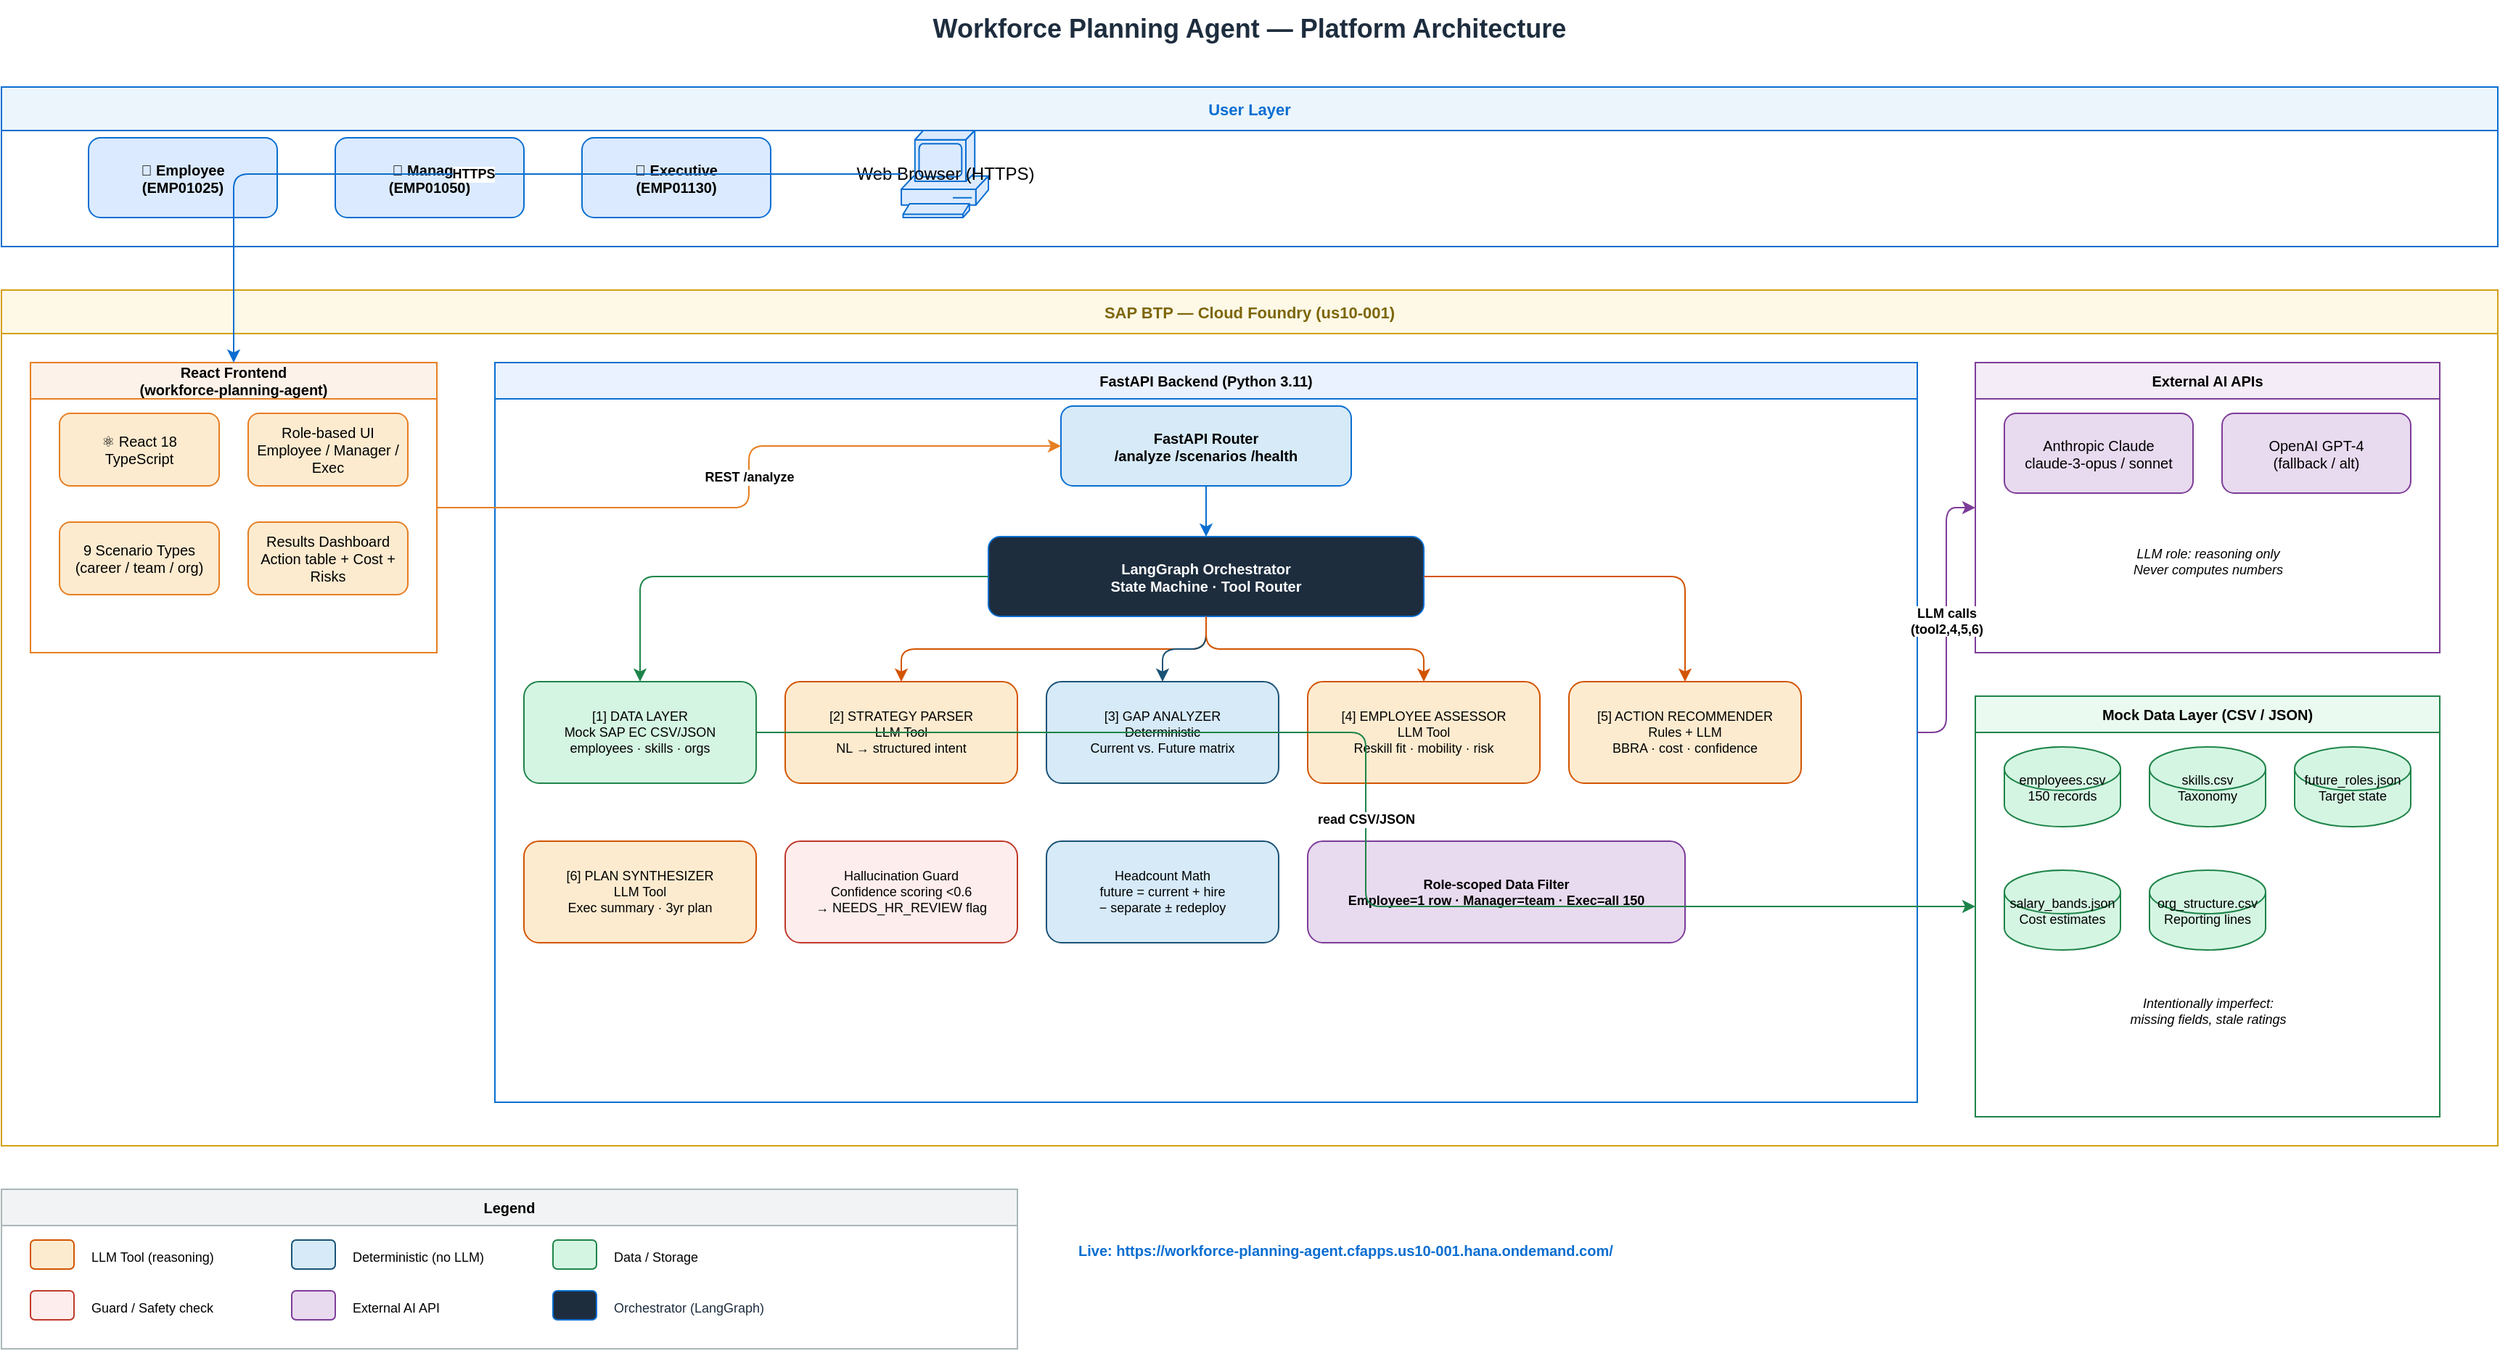
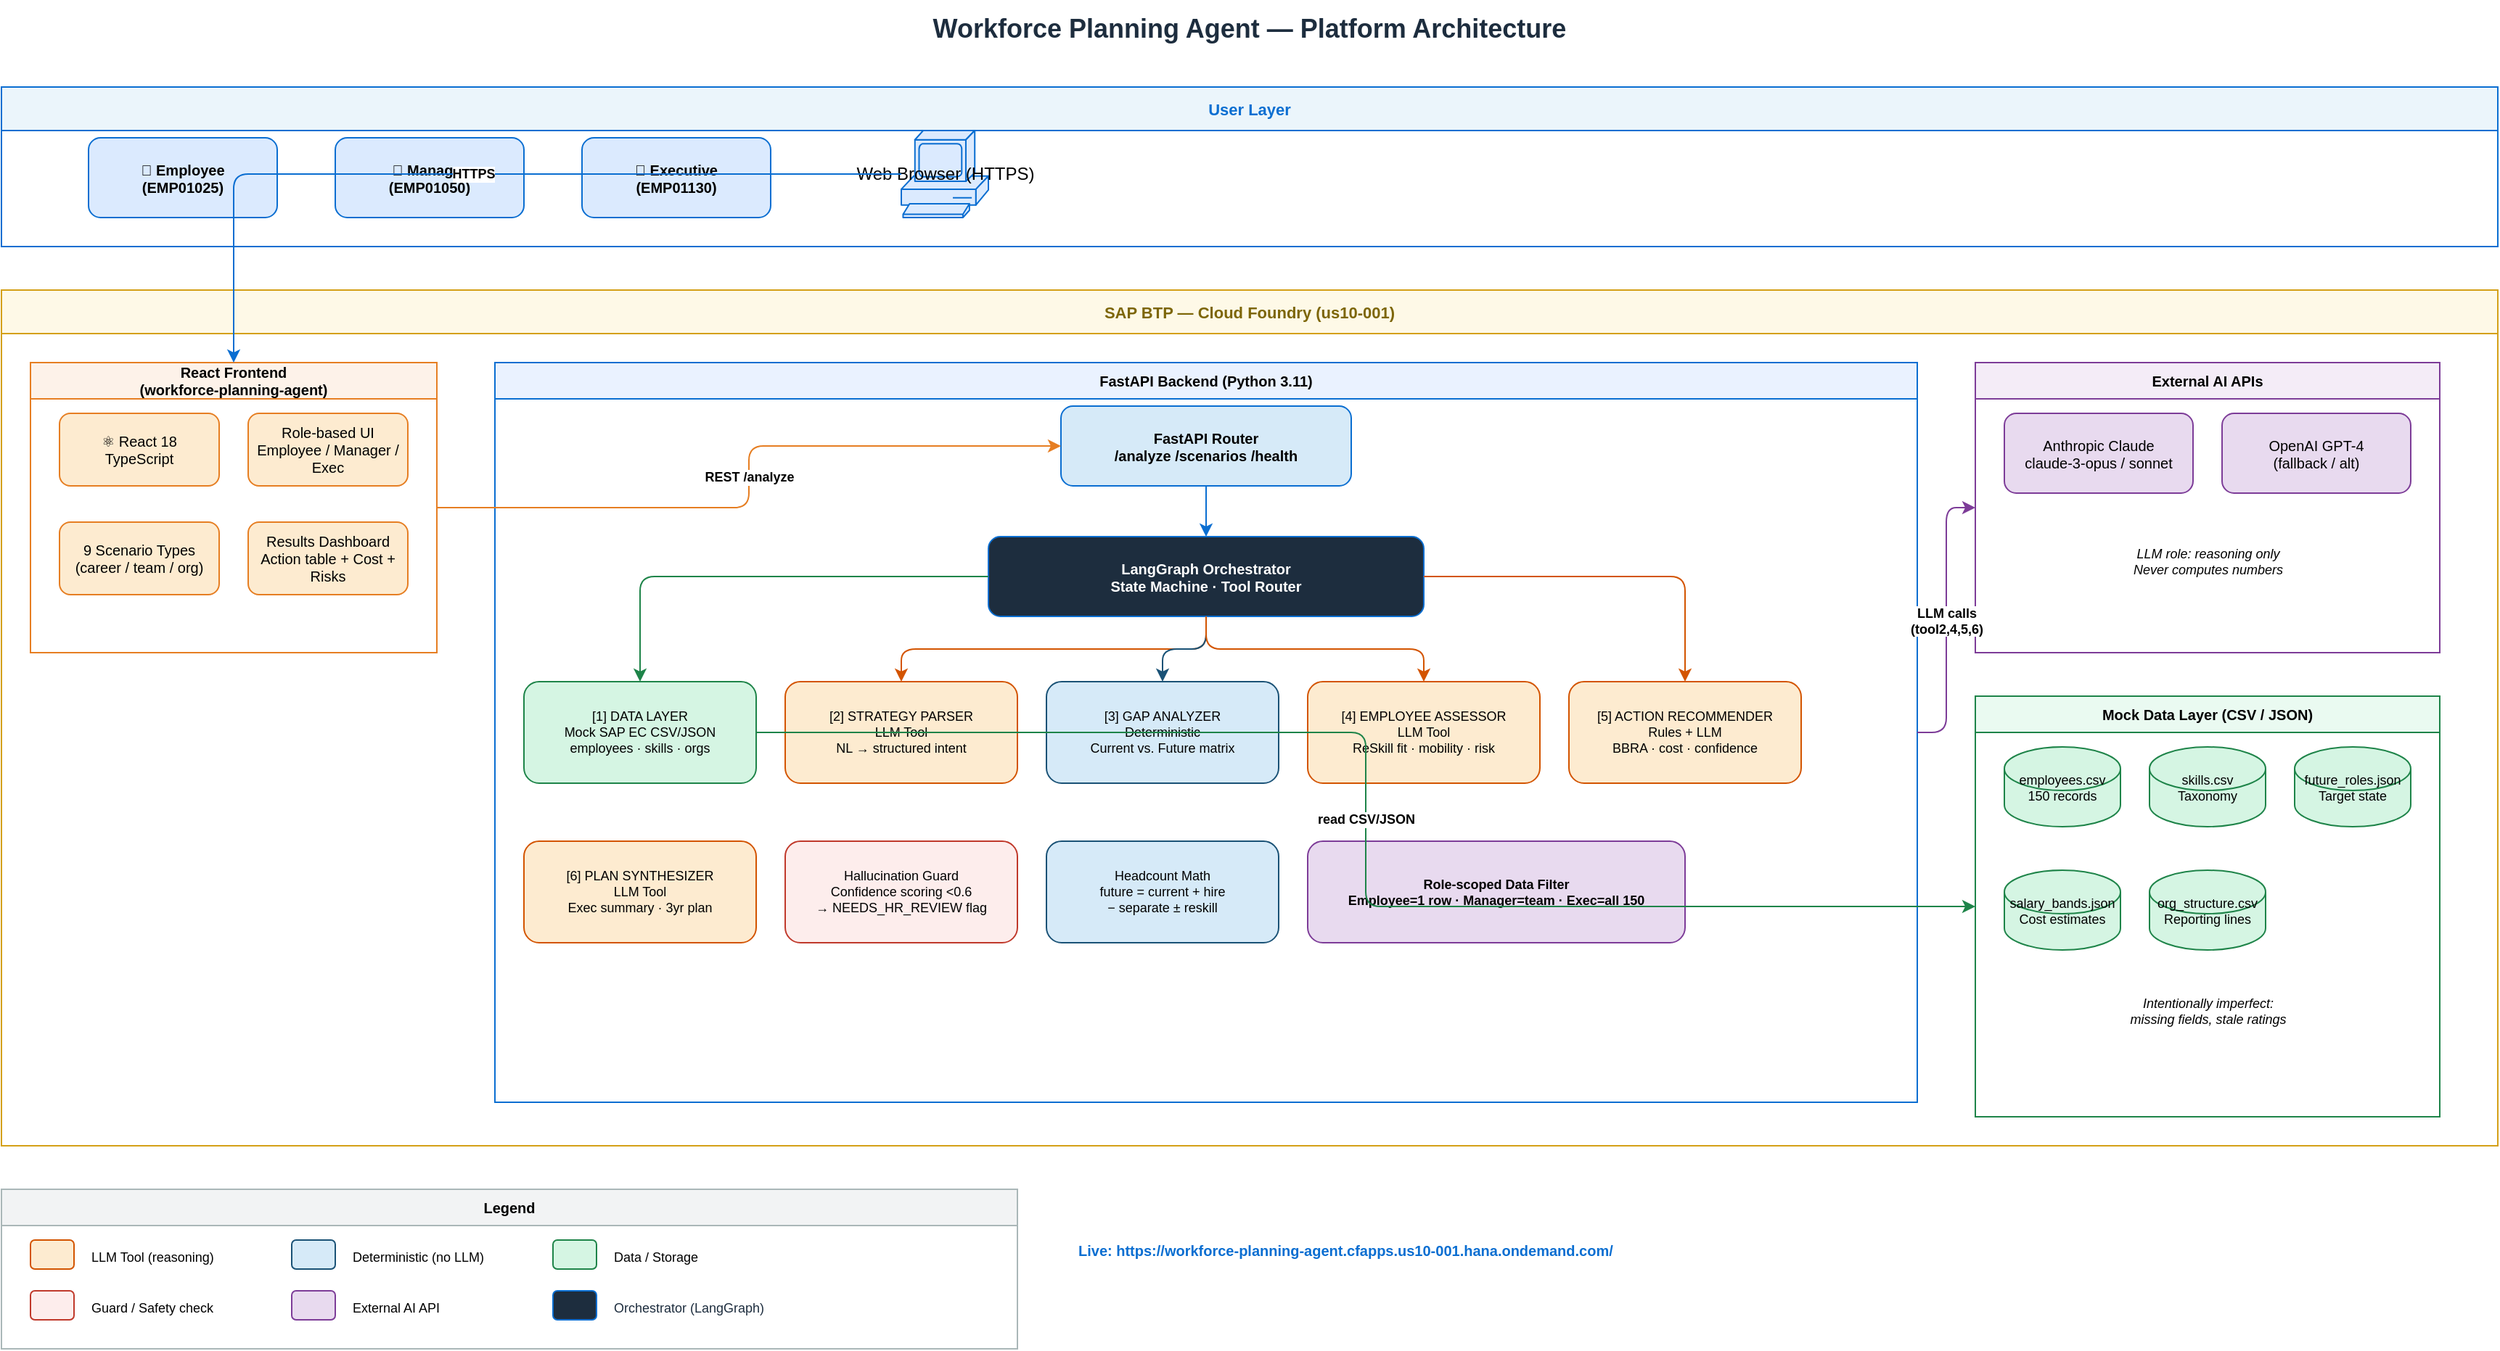
<mxfile host="app.diagrams.net" modified="2026-06-21" agent="WPA Agent" version="24.0.0" type="device">
  <diagram id="wpa-arch-v2" name="WPA Platform Architecture">
    <mxGraphModel dx="1600" dy="1000" grid="1" gridSize="10" guides="1" tooltips="1" connect="1" arrows="1" fold="1" page="1" pageScale="1" pageWidth="1800" pageHeight="1200" math="0" shadow="0">
      <root>
        <mxCell id="0"/>
        <mxCell id="1" parent="0"/>

        <!-- ═══════════════════════════════════════════════════════════ -->
        <!-- TITLE -->
        <!-- ═══════════════════════════════════════════════════════════ -->
        <mxCell id="title" value="Workforce Planning Agent — Platform Architecture" style="text;html=1;strokeColor=none;fillColor=none;align=center;verticalAlign=middle;whiteSpace=wrap;rounded=0;fontSize=18;fontStyle=1;fontColor=#1D2D3E;" vertex="1" parent="1">
          <mxGeometry x="300" y="20" width="1200" height="40" as="geometry"/>
        </mxCell>

        <!-- ═══════════════════════════════════════════════════════════ -->
        <!-- ZONE: USER LAYER -->
        <!-- ═══════════════════════════════════════════════════════════ -->
        <mxCell id="zone-user" value="User Layer" style="swimlane;startSize=30;fillColor=#EBF5FB;strokeColor=#0A6ED1;fontStyle=1;fontSize=11;fontColor=#0A6ED1;horizontal=1;" vertex="1" parent="1">
          <mxGeometry x="40" y="80" width="1720" height="110" as="geometry"/>
        </mxCell>
        <mxCell id="user-employee" value="👤 Employee&#xa;(EMP01025)" style="rounded=1;whiteSpace=wrap;html=1;fillColor=#DBEAFE;strokeColor=#0A6ED1;fontSize=10;fontStyle=1;" vertex="1" parent="zone-user">
          <mxGeometry x="60" y="35" width="130" height="55" as="geometry"/>
        </mxCell>
        <mxCell id="user-manager" value="👥 Manager&#xa;(EMP01050)" style="rounded=1;whiteSpace=wrap;html=1;fillColor=#DBEAFE;strokeColor=#0A6ED1;fontSize=10;fontStyle=1;" vertex="1" parent="zone-user">
          <mxGeometry x="230" y="35" width="130" height="55" as="geometry"/>
        </mxCell>
        <mxCell id="user-executive" value="🏢 Executive&#xa;(EMP01130)" style="rounded=1;whiteSpace=wrap;html=1;fillColor=#DBEAFE;strokeColor=#0A6ED1;fontSize=10;fontStyle=1;" vertex="1" parent="zone-user">
          <mxGeometry x="400" y="35" width="130" height="55" as="geometry"/>
        </mxCell>
        <mxCell id="user-browser" value="Web Browser (HTTPS)" style="shape=mxgraph.cisco.computers_and_peripherals.pc;html=1;pointerEvents=1;dashed=0;fillColor=#DBEAFE;strokeColor=#0A6ED1;sketch=0;aspect=fixed;" vertex="1" parent="zone-user">
          <mxGeometry x="620" y="30" width="60" height="60" as="geometry"/>
        </mxCell>

        <!-- ═══════════════════════════════════════════════════════════ -->
        <!-- ZONE: SAP BTP CLOUD FOUNDRY -->
        <!-- ═══════════════════════════════════════════════════════════ -->
        <mxCell id="zone-btp" value="SAP BTP — Cloud Foundry (us10-001)" style="swimlane;startSize=30;fillColor=#FEF9E7;strokeColor=#D4A017;fontStyle=1;fontSize=11;fontColor=#7D6608;horizontal=1;" vertex="1" parent="1">
          <mxGeometry x="40" y="220" width="1720" height="590" as="geometry"/>
        </mxCell>

        <!-- Frontend App -->
        <mxCell id="fe-container" value="React Frontend&#xa;(workforce-planning-agent)" style="swimlane;startSize=25;fillColor=#FDF2E9;strokeColor=#E67E22;fontSize=10;fontStyle=1;" vertex="1" parent="zone-btp">
          <mxGeometry x="20" y="50" width="280" height="200" as="geometry"/>
        </mxCell>
        <mxCell id="fe-react" value="⚛ React 18&#xa;TypeScript" style="rounded=1;whiteSpace=wrap;html=1;fillColor=#FDEBD0;strokeColor=#E67E22;fontSize=10;" vertex="1" parent="fe-container">
          <mxGeometry x="20" y="35" width="110" height="50" as="geometry"/>
        </mxCell>
        <mxCell id="fe-role" value="Role-based UI&#xa;Employee / Manager / Exec" style="rounded=1;whiteSpace=wrap;html=1;fillColor=#FDEBD0;strokeColor=#E67E22;fontSize=10;" vertex="1" parent="fe-container">
          <mxGeometry x="150" y="35" width="110" height="50" as="geometry"/>
        </mxCell>
        <mxCell id="fe-scenarios" value="9 Scenario Types&#xa;(career / team / org)" style="rounded=1;whiteSpace=wrap;html=1;fillColor=#FDEBD0;strokeColor=#E67E22;fontSize=10;" vertex="1" parent="fe-container">
          <mxGeometry x="20" y="110" width="110" height="50" as="geometry"/>
        </mxCell>
        <mxCell id="fe-viz" value="Results Dashboard&#xa;Action table + Cost + Risks" style="rounded=1;whiteSpace=wrap;html=1;fillColor=#FDEBD0;strokeColor=#E67E22;fontSize=10;" vertex="1" parent="fe-container">
          <mxGeometry x="150" y="110" width="110" height="50" as="geometry"/>
        </mxCell>

        <!-- Backend App -->
        <mxCell id="be-container" value="FastAPI Backend (Python 3.11)" style="swimlane;startSize=25;fillColor=#EAF2FF;strokeColor=#0A6ED1;fontSize=10;fontStyle=1;" vertex="1" parent="zone-btp">
          <mxGeometry x="340" y="50" width="980" height="510" as="geometry"/>
        </mxCell>

        <!-- API Gateway row -->
        <mxCell id="be-api" value="FastAPI Router&#xa;/analyze  /scenarios  /health" style="rounded=1;whiteSpace=wrap;html=1;fillColor=#D6EAF8;strokeColor=#0A6ED1;fontSize=10;fontStyle=1;" vertex="1" parent="be-container">
          <mxGeometry x="390" y="30" width="200" height="55" as="geometry"/>
        </mxCell>

        <!-- LangGraph Orchestrator -->
        <mxCell id="be-orchestrator" value="LangGraph Orchestrator&#xa;State Machine · Tool Router" style="rounded=1;whiteSpace=wrap;html=1;fillColor=#1D2D3E;strokeColor=#0A6ED1;fontSize=10;fontStyle=1;fontColor=#FFFFFF;" vertex="1" parent="be-container">
          <mxGeometry x="340" y="120" width="300" height="55" as="geometry"/>
        </mxCell>

        <!-- 6 Agent Tools -->
        <mxCell id="tool1" value="[1] DATA LAYER&#xa;Mock SAP EC CSV/JSON&#xa;employees · skills · orgs" style="rounded=1;whiteSpace=wrap;html=1;fillColor=#D5F5E3;strokeColor=#1E8449;fontSize=9;" vertex="1" parent="be-container">
          <mxGeometry x="20" y="220" width="160" height="70" as="geometry"/>
        </mxCell>
        <mxCell id="tool2" value="[2] STRATEGY PARSER&#xa;LLM Tool&#xa;NL → structured intent" style="rounded=1;whiteSpace=wrap;html=1;fillColor=#FDEBD0;strokeColor=#D35400;fontSize=9;" vertex="1" parent="be-container">
          <mxGeometry x="200" y="220" width="160" height="70" as="geometry"/>
        </mxCell>
        <mxCell id="tool3" value="[3] GAP ANALYZER&#xa;Deterministic&#xa;Current vs. Future matrix" style="rounded=1;whiteSpace=wrap;html=1;fillColor=#D6EAF8;strokeColor=#1A5276;fontSize=9;" vertex="1" parent="be-container">
          <mxGeometry x="380" y="220" width="160" height="70" as="geometry"/>
        </mxCell>
-         <mxCell id="tool4" value="[4] EMPLOYEE ASSESSOR&#xa;LLM Tool&#xa;Reskill fit · mobility · risk" style="rounded=1;whiteSpace=wrap;html=1;fillColor=#FDEBD0;strokeColor=#D35400;fontSize=9;" vertex="1" parent="be-container">
+         <mxCell id="tool4" value="[4] EMPLOYEE ASSESSOR&#xa;LLM Tool&#xa;ReSkill fit · mobility · risk" style="rounded=1;whiteSpace=wrap;html=1;fillColor=#FDEBD0;strokeColor=#D35400;fontSize=9;" vertex="1" parent="be-container">
          <mxGeometry x="560" y="220" width="160" height="70" as="geometry"/>
        </mxCell>
        <mxCell id="tool5" value="[5] ACTION RECOMMENDER&#xa;Rules + LLM&#xa;BBRA · cost · confidence" style="rounded=1;whiteSpace=wrap;html=1;fillColor=#FDEBD0;strokeColor=#D35400;fontSize=9;" vertex="1" parent="be-container">
          <mxGeometry x="740" y="220" width="160" height="70" as="geometry"/>
        </mxCell>
        <mxCell id="tool6" value="[6] PLAN SYNTHESIZER&#xa;LLM Tool&#xa;Exec summary · 3yr plan" style="rounded=1;whiteSpace=wrap;html=1;fillColor=#FDEBD0;strokeColor=#D35400;fontSize=9;" vertex="1" parent="be-container">
          <mxGeometry x="20" y="330" width="160" height="70" as="geometry"/>
        </mxCell>
        <mxCell id="tool-guard" value="Hallucination Guard&#xa;Confidence scoring &lt;0.6&#xa;→ NEEDS_HR_REVIEW flag" style="rounded=1;whiteSpace=wrap;html=1;fillColor=#FDEDEC;strokeColor=#C0392B;fontSize=9;" vertex="1" parent="be-container">
          <mxGeometry x="200" y="330" width="160" height="70" as="geometry"/>
        </mxCell>
-         <mxCell id="tool-hc" value="Headcount Math&#xa;future = current + hire&#xa;− separate ± redeploy" style="rounded=1;whiteSpace=wrap;html=1;fillColor=#D6EAF8;strokeColor=#1A5276;fontSize=9;" vertex="1" parent="be-container">
+         <mxCell id="tool-hc" value="Headcount Math&#xa;future = current + hire&#xa;− separate ± reskill" style="rounded=1;whiteSpace=wrap;html=1;fillColor=#D6EAF8;strokeColor=#1A5276;fontSize=9;" vertex="1" parent="be-container">
          <mxGeometry x="380" y="330" width="160" height="70" as="geometry"/>
        </mxCell>

        <!-- Data scope filter -->
        <mxCell id="be-scope" value="Role-scoped Data Filter&#xa;Employee=1 row · Manager=team · Exec=all 150" style="rounded=1;whiteSpace=wrap;html=1;fillColor=#E8DAEF;strokeColor=#7D3C98;fontSize=9;fontStyle=1;" vertex="1" parent="be-container">
          <mxGeometry x="560" y="330" width="260" height="70" as="geometry"/>
        </mxCell>

        <!-- Arrows inside backend -->
        <mxCell id="arr-api-orch" style="edgeStyle=orthogonalEdgeStyle;html=1;strokeColor=#0A6ED1;exitX=0.5;exitY=1;exitDx=0;exitDy=0;" edge="1" source="be-api" target="be-orchestrator" parent="be-container">
          <mxGeometry relative="1" as="geometry"/>
        </mxCell>
        <mxCell id="arr-orch-t1" style="edgeStyle=orthogonalEdgeStyle;html=1;strokeColor=#1E8449;" edge="1" source="be-orchestrator" target="tool1" parent="be-container">
          <mxGeometry relative="1" as="geometry"/>
        </mxCell>
        <mxCell id="arr-orch-t2" style="edgeStyle=orthogonalEdgeStyle;html=1;strokeColor=#D35400;" edge="1" source="be-orchestrator" target="tool2" parent="be-container">
          <mxGeometry relative="1" as="geometry"/>
        </mxCell>
        <mxCell id="arr-orch-t3" style="edgeStyle=orthogonalEdgeStyle;html=1;strokeColor=#1A5276;" edge="1" source="be-orchestrator" target="tool3" parent="be-container">
          <mxGeometry relative="1" as="geometry"/>
        </mxCell>
        <mxCell id="arr-orch-t4" style="edgeStyle=orthogonalEdgeStyle;html=1;strokeColor=#D35400;" edge="1" source="be-orchestrator" target="tool4" parent="be-container">
          <mxGeometry relative="1" as="geometry"/>
        </mxCell>
        <mxCell id="arr-orch-t5" style="edgeStyle=orthogonalEdgeStyle;html=1;strokeColor=#D35400;" edge="1" source="be-orchestrator" target="tool5" parent="be-container">
          <mxGeometry relative="1" as="geometry"/>
        </mxCell>

        <!-- External AI zone inside BTP zone -->
        <mxCell id="zone-ai" value="External AI APIs" style="swimlane;startSize=25;fillColor=#F4ECF7;strokeColor=#7D3C98;fontSize=10;fontStyle=1;" vertex="1" parent="zone-btp">
          <mxGeometry x="1360" y="50" width="320" height="200" as="geometry"/>
        </mxCell>
        <mxCell id="ai-anthropic" value="Anthropic Claude&#xa;claude-3-opus / sonnet" style="rounded=1;whiteSpace=wrap;html=1;fillColor=#E8DAEF;strokeColor=#7D3C98;fontSize=10;" vertex="1" parent="zone-ai">
          <mxGeometry x="20" y="35" width="130" height="55" as="geometry"/>
        </mxCell>
        <mxCell id="ai-openai" value="OpenAI GPT-4&#xa;(fallback / alt)" style="rounded=1;whiteSpace=wrap;html=1;fillColor=#E8DAEF;strokeColor=#7D3C98;fontSize=10;" vertex="1" parent="zone-ai">
          <mxGeometry x="170" y="35" width="130" height="55" as="geometry"/>
        </mxCell>
        <mxCell id="ai-note" value="LLM role: reasoning only&#xa;Never computes numbers" style="text;html=1;strokeColor=none;fillColor=none;align=center;fontSize=9;fontStyle=2;" vertex="1" parent="zone-ai">
          <mxGeometry x="20" y="120" width="280" height="40" as="geometry"/>
        </mxCell>

        <!-- Data Layer zone inside BTP -->
        <mxCell id="zone-data" value="Mock Data Layer (CSV / JSON)" style="swimlane;startSize=25;fillColor=#EAFAF1;strokeColor=#1E8449;fontSize=10;fontStyle=1;" vertex="1" parent="zone-btp">
          <mxGeometry x="1360" y="280" width="320" height="290" as="geometry"/>
        </mxCell>
        <mxCell id="data-emp" value="employees.csv&#xa;150 records" style="shape=cylinder3;whiteSpace=wrap;html=1;fillColor=#D5F5E3;strokeColor=#1E8449;fontSize=9;" vertex="1" parent="zone-data">
          <mxGeometry x="20" y="35" width="80" height="55" as="geometry"/>
        </mxCell>
        <mxCell id="data-skills" value="skills.csv&#xa;Taxonomy" style="shape=cylinder3;whiteSpace=wrap;html=1;fillColor=#D5F5E3;strokeColor=#1E8449;fontSize=9;" vertex="1" parent="zone-data">
          <mxGeometry x="120" y="35" width="80" height="55" as="geometry"/>
        </mxCell>
        <mxCell id="data-roles" value="future_roles.json&#xa;Target state" style="shape=cylinder3;whiteSpace=wrap;html=1;fillColor=#D5F5E3;strokeColor=#1E8449;fontSize=9;" vertex="1" parent="zone-data">
          <mxGeometry x="220" y="35" width="80" height="55" as="geometry"/>
        </mxCell>
        <mxCell id="data-salary" value="salary_bands.json&#xa;Cost estimates" style="shape=cylinder3;whiteSpace=wrap;html=1;fillColor=#D5F5E3;strokeColor=#1E8449;fontSize=9;" vertex="1" parent="zone-data">
          <mxGeometry x="20" y="120" width="80" height="55" as="geometry"/>
        </mxCell>
        <mxCell id="data-org" value="org_structure.csv&#xa;Reporting lines" style="shape=cylinder3;whiteSpace=wrap;html=1;fillColor=#D5F5E3;strokeColor=#1E8449;fontSize=9;" vertex="1" parent="zone-data">
          <mxGeometry x="120" y="120" width="80" height="55" as="geometry"/>
        </mxCell>
        <mxCell id="data-note" value="Intentionally imperfect:&#xa;missing fields, stale ratings" style="text;html=1;strokeColor=none;fillColor=none;align=center;fontSize=9;fontStyle=2;" vertex="1" parent="zone-data">
          <mxGeometry x="20" y="200" width="280" height="40" as="geometry"/>
        </mxCell>

        <!-- ═══════════════════════════════════════════════════════════ -->
        <!-- CROSS-ZONE ARROWS -->
        <!-- ═══════════════════════════════════════════════════════════ -->

        <!-- User → Frontend (HTTPS) -->
        <mxCell id="arr-user-fe" value="HTTPS" style="edgeStyle=orthogonalEdgeStyle;html=1;strokeColor=#0A6ED1;fontStyle=1;fontSize=9;" edge="1" source="user-browser" target="fe-container" parent="1">
          <mxGeometry relative="1" as="geometry"/>
        </mxCell>

        <!-- Frontend → Backend (REST API) -->
        <mxCell id="arr-fe-be" value="REST /analyze" style="edgeStyle=orthogonalEdgeStyle;html=1;strokeColor=#E67E22;fontStyle=1;fontSize=9;" edge="1" source="fe-container" target="be-api" parent="1">
          <mxGeometry relative="1" as="geometry"/>
        </mxCell>

        <!-- Backend Tools → AI APIs -->
        <mxCell id="arr-be-ai" value="LLM calls&#xa;(tool2,4,5,6)" style="edgeStyle=orthogonalEdgeStyle;html=1;strokeColor=#7D3C98;fontStyle=1;fontSize=9;" edge="1" source="be-container" target="zone-ai" parent="zone-btp">
          <mxGeometry relative="1" as="geometry"/>
        </mxCell>

        <!-- Backend Tools → Data Layer -->
        <mxCell id="arr-be-data" value="read CSV/JSON" style="edgeStyle=orthogonalEdgeStyle;html=1;strokeColor=#1E8449;fontStyle=1;fontSize=9;" edge="1" source="tool1" target="zone-data" parent="zone-btp">
          <mxGeometry relative="1" as="geometry"/>
        </mxCell>

        <!-- ═══════════════════════════════════════════════════════════ -->
        <!-- LEGEND -->
        <!-- ═══════════════════════════════════════════════════════════ -->
        <mxCell id="legend" value="Legend" style="swimlane;startSize=25;fillColor=#F2F3F4;strokeColor=#AAB7B8;fontSize=10;fontStyle=1;" vertex="1" parent="1">
          <mxGeometry x="40" y="840" width="700" height="110" as="geometry"/>
        </mxCell>
        <mxCell id="leg1" value="" style="rounded=1;fillColor=#FDEBD0;strokeColor=#D35400;" vertex="1" parent="legend">
          <mxGeometry x="20" y="35" width="30" height="20" as="geometry"/>
        </mxCell>
        <mxCell id="leg1-txt" value="LLM Tool (reasoning)" style="text;html=1;fontSize=9;" vertex="1" parent="legend">
          <mxGeometry x="60" y="35" width="130" height="20" as="geometry"/>
        </mxCell>
        <mxCell id="leg2" value="" style="rounded=1;fillColor=#D6EAF8;strokeColor=#1A5276;" vertex="1" parent="legend">
          <mxGeometry x="200" y="35" width="30" height="20" as="geometry"/>
        </mxCell>
        <mxCell id="leg2-txt" value="Deterministic (no LLM)" style="text;html=1;fontSize=9;" vertex="1" parent="legend">
          <mxGeometry x="240" y="35" width="130" height="20" as="geometry"/>
        </mxCell>
        <mxCell id="leg3" value="" style="rounded=1;fillColor=#D5F5E3;strokeColor=#1E8449;" vertex="1" parent="legend">
          <mxGeometry x="380" y="35" width="30" height="20" as="geometry"/>
        </mxCell>
        <mxCell id="leg3-txt" value="Data / Storage" style="text;html=1;fontSize=9;" vertex="1" parent="legend">
          <mxGeometry x="420" y="35" width="130" height="20" as="geometry"/>
        </mxCell>
        <mxCell id="leg4" value="" style="rounded=1;fillColor=#FDEDEC;strokeColor=#C0392B;" vertex="1" parent="legend">
          <mxGeometry x="20" y="70" width="30" height="20" as="geometry"/>
        </mxCell>
        <mxCell id="leg4-txt" value="Guard / Safety check" style="text;html=1;fontSize=9;" vertex="1" parent="legend">
          <mxGeometry x="60" y="70" width="130" height="20" as="geometry"/>
        </mxCell>
        <mxCell id="leg5" value="" style="rounded=1;fillColor=#E8DAEF;strokeColor=#7D3C98;" vertex="1" parent="legend">
          <mxGeometry x="200" y="70" width="30" height="20" as="geometry"/>
        </mxCell>
        <mxCell id="leg5-txt" value="External AI API" style="text;html=1;fontSize=9;" vertex="1" parent="legend">
          <mxGeometry x="240" y="70" width="130" height="20" as="geometry"/>
        </mxCell>
        <mxCell id="leg6" value="" style="rounded=1;fillColor=#1D2D3E;strokeColor=#0A6ED1;" vertex="1" parent="legend">
          <mxGeometry x="380" y="70" width="30" height="20" as="geometry"/>
        </mxCell>
        <mxCell id="leg6-txt" value="Orchestrator (LangGraph)" style="text;html=1;fontSize=9;fontColor=#1D2D3E;" vertex="1" parent="legend">
          <mxGeometry x="420" y="70" width="150" height="20" as="geometry"/>
        </mxCell>

        <!-- BTP URL label -->
        <mxCell id="btp-url" value="Live: https://workforce-planning-agent.cfapps.us10-001.hana.ondemand.com/" style="text;html=1;strokeColor=none;fillColor=none;align=left;fontSize=10;fontStyle=1;fontColor=#0A6ED1;" vertex="1" parent="1">
          <mxGeometry x="780" y="870" width="700" height="30" as="geometry"/>
        </mxCell>

      </root>
    </mxGraphModel>
  </diagram>
</mxfile>
